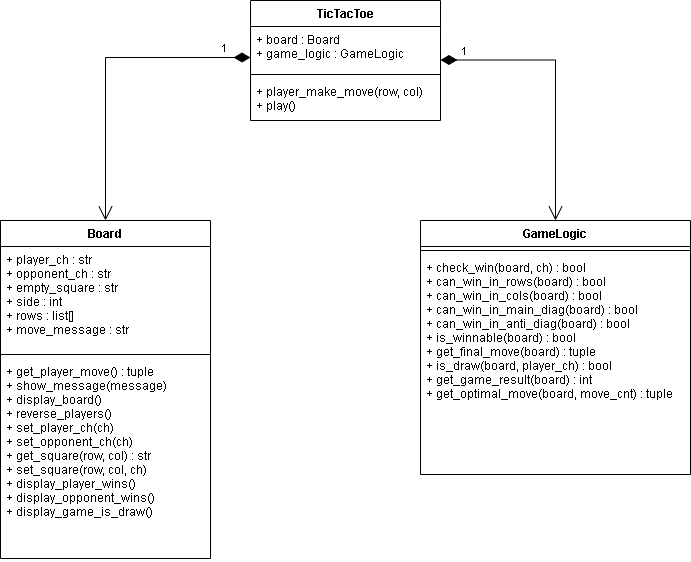
The draw.io diagram Doc/TicTacToe_Class_Diagram.png in dimitarnn/PythonTicTacToe, before a commit. Source tidied: cells renumbered, new cells last; positions are measured from the earlier drawing's top-left corner, leaving out a move shared by most shapes.
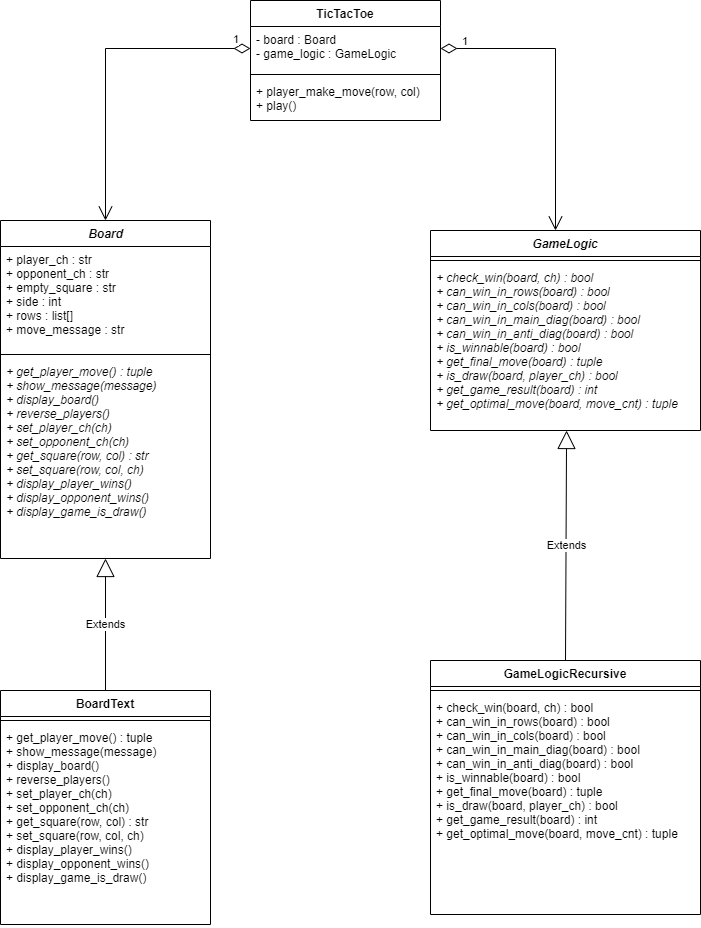
The same file after the commit.

What changed in the source:
```diff
@@ -2,20 +2,17 @@
   <root>
     <mxCell id="0" />
     <mxCell id="1" parent="0" />
-    <mxCell id="2" value="Board" style="swimlane;fontStyle=1;align=center;verticalAlign=top;horizontal=1;startSize=26;" parent="1" vertex="1">
-      <mxGeometry y="220" width="210" height="338" as="geometry" />
+    <mxCell id="2" value="BoardText" style="swimlane;fontStyle=1;align=center;verticalAlign=top;horizontal=1;startSize=26;" parent="1" vertex="1">
+      <mxGeometry y="690" width="210" height="234" as="geometry" />
     </mxCell>
-    <mxCell id="3" value="+ player_ch : str&#10;+ opponent_ch : str&#10;+ empty_square : str&#10;+ side : int&#10;+ rows : list[]&#10;+ move_message : str" style="text;strokeColor=none;fillColor=none;align=left;verticalAlign=top;spacingLeft=4;spacingRight=4;overflow=hidden;" parent="2" vertex="1">
-      <mxGeometry y="26" width="210" height="104" as="geometry" />
-    </mxCell>
     <mxCell id="4" style="line;strokeWidth=1;fillColor=none;align=left;verticalAlign=middle;spacingTop=-1;spacingLeft=3;spacingRight=3;labelPosition=right;" parent="2" vertex="1">
-      <mxGeometry y="130" width="210" height="8" as="geometry" />
+      <mxGeometry y="26" width="210" height="8" as="geometry" />
     </mxCell>
     <mxCell id="5" value="+ get_player_move() : tuple&#10;+ show_message(message)&#10;+ display_board()&#10;+ reverse_players()&#10;+ set_player_ch(ch)&#10;+ set_opponent_ch(ch)&#10;+ get_square(row, col) : str&#10;+ set_square(row, col, ch)&#10;+ display_player_wins()&#10;+ display_opponent_wins()&#10;+ display_game_is_draw()" style="text;strokeColor=none;fillColor=none;align=left;verticalAlign=top;spacingLeft=4;spacingRight=4;overflow=hidden;" parent="2" vertex="1">
-      <mxGeometry y="138" width="210" height="200" as="geometry" />
+      <mxGeometry y="34" width="210" height="200" as="geometry" />
     </mxCell>
-    <mxCell id="6" value="GameLogic" style="swimlane;fontStyle=1;align=center;verticalAlign=top;horizontal=1;startSize=26;" parent="1" vertex="1">
-      <mxGeometry x="420" y="220" width="270" height="254" as="geometry" />
+    <mxCell id="6" value="GameLogicRecursive" style="swimlane;fontStyle=1;align=center;verticalAlign=top;horizontal=1;startSize=26;" parent="1" vertex="1">
+      <mxGeometry x="430" y="660" width="270" height="254" as="geometry" />
     </mxCell>
     <mxCell id="7" style="line;strokeWidth=1;fillColor=none;align=left;verticalAlign=middle;spacingTop=-1;spacingLeft=3;spacingRight=3;labelPosition=right;" parent="6" vertex="1">
       <mxGeometry y="26" width="270" height="8" as="geometry" />
@@ -26,7 +23,7 @@
     <mxCell id="9" value="TicTacToe" style="swimlane;fontStyle=1;align=center;verticalAlign=top;horizontal=1;startSize=26;" parent="1" vertex="1">
       <mxGeometry x="250" width="190" height="120" as="geometry" />
     </mxCell>
-    <mxCell id="10" value="+ board : Board&#10;+ game_logic : GameLogic" style="text;strokeColor=none;fillColor=none;align=left;verticalAlign=top;spacingLeft=4;spacingRight=4;overflow=hidden;points=[[0,0.5],[1,0.5]];portConstraint=eastwest;" parent="9" vertex="1">
+    <mxCell id="10" value="- board : Board&#10;- game_logic : GameLogic" style="text;strokeColor=none;fillColor=none;align=left;verticalAlign=top;spacingLeft=4;spacingRight=4;overflow=hidden;points=[[0,0.5],[1,0.5]];portConstraint=eastwest;" parent="9" vertex="1">
       <mxGeometry y="26" width="190" height="44" as="geometry" />
     </mxCell>
     <mxCell id="11" style="line;strokeWidth=1;fillColor=none;align=left;verticalAlign=middle;spacingTop=-1;spacingLeft=3;spacingRight=3;labelPosition=right;" parent="9" vertex="1">
@@ -35,20 +32,42 @@
     <mxCell id="12" value="+ player_make_move(row, col)&#10;+ play()" style="text;strokeColor=none;fillColor=none;align=left;verticalAlign=top;spacingLeft=4;spacingRight=4;overflow=hidden;" parent="9" vertex="1">
       <mxGeometry y="78" width="190" height="42" as="geometry" />
     </mxCell>
-    <mxCell id="13" value="1" style="endArrow=open;html=1;endSize=12;startArrow=diamondThin;startSize=14;startFill=1;edgeStyle=orthogonalEdgeStyle;align=left;verticalAlign=bottom;rounded=0;entryX=0.5;entryY=0;entryDx=0;entryDy=0;" parent="1" edge="1">
-      <mxGeometry x="-0.81" relative="1" as="geometry">
-        <mxPoint x="250" y="57" as="sourcePoint" />
-        <mxPoint x="105" y="220" as="targetPoint" />
-      </mxGeometry>
-    </mxCell>
-    <mxCell id="14" value="1" style="endArrow=open;html=1;endSize=12;startArrow=diamondThin;startSize=14;startFill=1;edgeStyle=orthogonalEdgeStyle;align=left;verticalAlign=bottom;rounded=0;entryX=0.5;entryY=0;entryDx=0;entryDy=0;" parent="1" edge="1">
-      <mxGeometry x="-0.85" relative="1" as="geometry">
-        <mxPoint x="440" y="59.5" as="sourcePoint" />
-        <mxPoint x="555" y="220" as="targetPoint" />
-        <Array as="points">
-          <mxPoint x="555" y="60" />
-        </Array>
-      </mxGeometry>
-    </mxCell>
+    <mxCell id="15" value="1" style="endArrow=open;html=1;endSize=12;startArrow=diamondThin;startSize=14;startFill=0;edgeStyle=orthogonalEdgeStyle;align=left;verticalAlign=bottom;rounded=0;exitX=0;exitY=0.5;exitDx=0;exitDy=0;" parent="1" edge="1" source="10">
+      <mxGeometry x="-0.88" relative="1" as="geometry">
+        <mxPoint x="105" y="220" as="targetPoint" />
+      </mxGeometry>
+    </mxCell>
+    <mxCell id="16" value="1" style="endArrow=open;html=1;endSize=12;startArrow=diamondThin;startSize=14;startFill=0;edgeStyle=orthogonalEdgeStyle;align=left;verticalAlign=bottom;rounded=0;exitX=1;exitY=0.5;exitDx=0;exitDy=0;" parent="1" edge="1" source="10">
+      <mxGeometry x="-0.87" y="-2" relative="1" as="geometry">
+        <mxPoint x="555" y="230" as="targetPoint" />
+      </mxGeometry>
+    </mxCell>
+    <mxCell id="17" value="&lt;i&gt;Board&lt;/i&gt;" style="swimlane;fontStyle=1;align=center;verticalAlign=top;horizontal=1;startSize=26;html=1;" parent="1" vertex="1">
+      <mxGeometry y="220" width="210" height="338" as="geometry" />
+    </mxCell>
+    <mxCell id="3" value="+ player_ch : str&#10;+ opponent_ch : str&#10;+ empty_square : str&#10;+ side : int&#10;+ rows : list[]&#10;+ move_message : str" style="text;strokeColor=none;fillColor=none;align=left;verticalAlign=top;spacingLeft=4;spacingRight=4;overflow=hidden;" parent="17" vertex="1">
+      <mxGeometry y="26" width="210" height="104" as="geometry" />
+    </mxCell>
+    <mxCell id="18" style="line;strokeWidth=1;fillColor=none;align=left;verticalAlign=middle;spacingTop=-1;spacingLeft=3;spacingRight=3;labelPosition=right;" parent="17" vertex="1">
+      <mxGeometry y="130" width="210" height="8" as="geometry" />
+    </mxCell>
+    <mxCell id="19" value="+ get_player_move() : tuple&#10;+ show_message(message)&#10;+ display_board()&#10;+ reverse_players()&#10;+ set_player_ch(ch)&#10;+ set_opponent_ch(ch)&#10;+ get_square(row, col) : str&#10;+ set_square(row, col, ch)&#10;+ display_player_wins()&#10;+ display_opponent_wins()&#10;+ display_game_is_draw()" style="text;strokeColor=none;fillColor=none;align=left;verticalAlign=top;spacingLeft=4;spacingRight=4;overflow=hidden;points=[[0,0.5],[1,0.5]];portConstraint=eastwest;fontStyle=2;" parent="17" vertex="1">
+      <mxGeometry y="138" width="210" height="200" as="geometry" />
+    </mxCell>
+    <mxCell id="20" value="GameLogic" style="swimlane;fontStyle=3;align=center;verticalAlign=top;horizontal=1;startSize=26;" parent="1" vertex="1">
+      <mxGeometry x="430" y="230" width="270" height="200" as="geometry" />
+    </mxCell>
+    <mxCell id="21" style="line;strokeWidth=1;fillColor=none;align=left;verticalAlign=middle;spacingTop=-1;spacingLeft=3;spacingRight=3;labelPosition=right;" parent="20" vertex="1">
+      <mxGeometry y="26" width="270" height="8" as="geometry" />
+    </mxCell>
+    <mxCell id="22" value="+ check_win(board, ch) : bool&#10;+ can_win_in_rows(board) : bool&#10;+ can_win_in_cols(board) : bool&#10;+ can_win_in_main_diag(board) : bool&#10;+ can_win_in_anti_diag(board) : bool&#10;+ is_winnable(board) : bool&#10;+ get_final_move(board) : tuple&#10;+ is_draw(board, player_ch) : bool&#10;+ get_game_result(board) : int&#10;+ get_optimal_move(board, move_cnt) : tuple" style="text;strokeColor=none;fillColor=none;align=left;verticalAlign=top;spacingLeft=4;spacingRight=4;overflow=hidden;points=[[0,0.5],[1,0.5]];portConstraint=eastwest;fontStyle=2;" parent="20" vertex="1">
+      <mxGeometry y="34" width="270" height="166" as="geometry" />
+    </mxCell>
+    <mxCell id="23" value="Extends" style="endArrow=block;endSize=16;endFill=0;html=1;rounded=0;exitX=0.5;exitY=0;exitDx=0;exitDy=0;" parent="1" edge="1" source="2" target="19">
+      <mxGeometry relative="1" as="geometry" />
+    </mxCell>
+    <mxCell id="24" value="Extends" style="endArrow=block;endSize=16;endFill=0;html=1;rounded=0;exitX=0.5;exitY=0;exitDx=0;exitDy=0;entryX=0.504;entryY=1;entryDx=0;entryDy=0;entryPerimeter=0;" parent="1" edge="1" source="6" target="22">
+      <mxGeometry relative="1" as="geometry" />
+    </mxCell>
   </root>
 </mxGraphModel>
```
